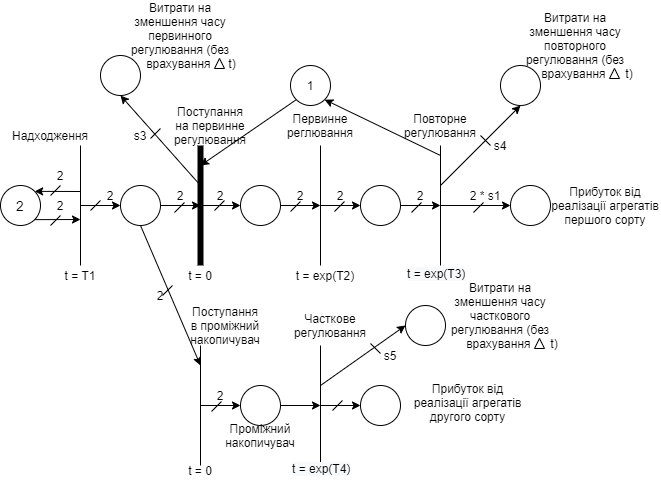
Above: course work schema.png in ojdmytruk/SystemModeling_sem7 (draw.io), before the change. Source tidied: cells renumbered, new cells last; positions are measured from the earlier drawing's top-left corner, leaving out a move shared by most shapes.
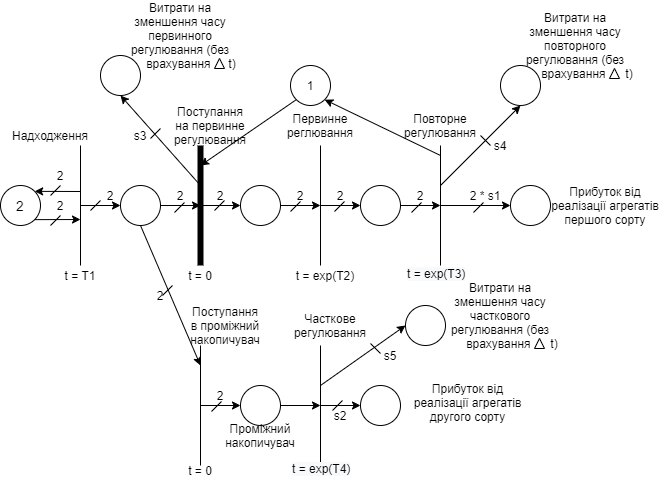
After the commit.

The edit, as a diff of the source:
```diff
@@ -368,5 +368,8 @@
     <mxCell id="90" value="t)" style="text;html=1;strokeColor=none;fillColor=none;align=center;verticalAlign=middle;whiteSpace=wrap;rounded=0;" parent="1" vertex="1">
       <mxGeometry x="534" y="308" width="40" height="20" as="geometry" />
     </mxCell>
+    <mxCell id="91" value="s2" style="text;html=1;strokeColor=none;fillColor=none;align=center;verticalAlign=middle;whiteSpace=wrap;rounded=0;" parent="1" vertex="1">
+      <mxGeometry x="320" y="380" width="40" height="20" as="geometry" />
+    </mxCell>
   </root>
 </mxGraphModel>
```
